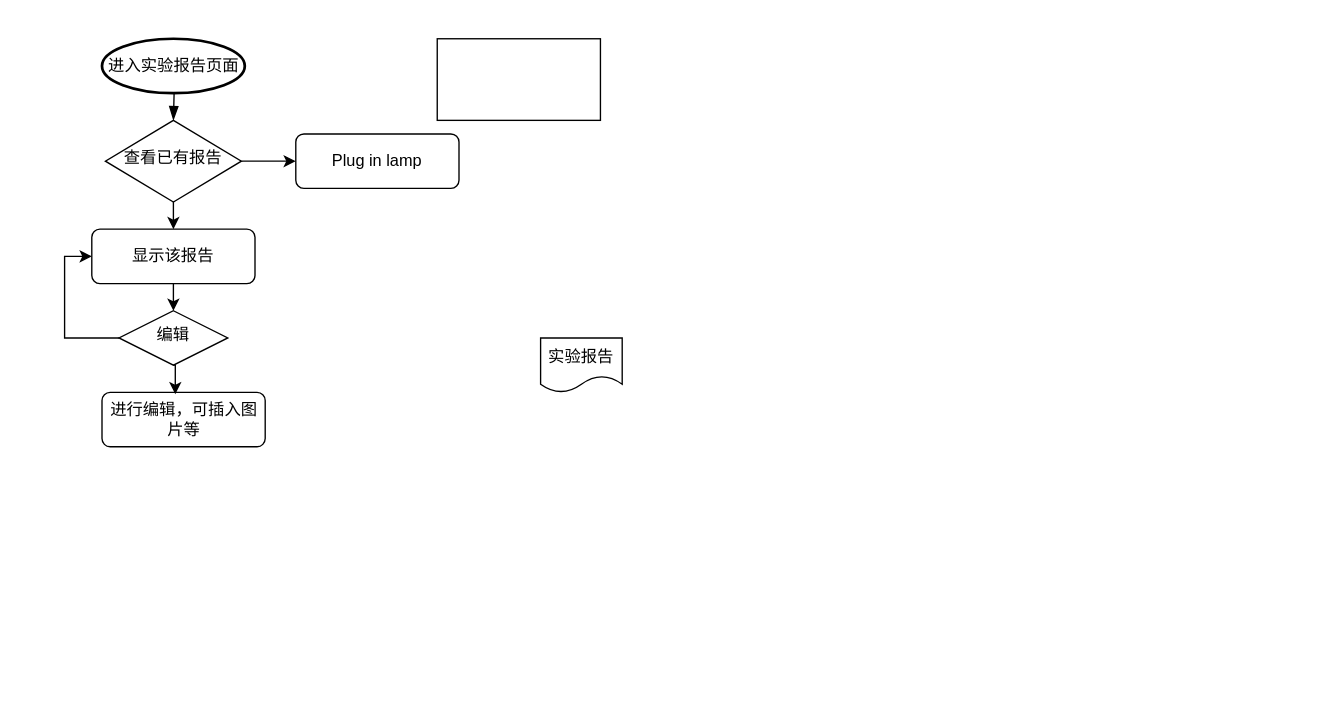
Above: draw/实验报告生成.drawio in White1943/sqlEduFB (draw.io), before the change. Source tidied: cells renumbered, new cells numbered last; positions are measured from the earlier drawing's top-left corner, leaving out a move shared by most shapes. Both pictures are drawn from the tidied source at 136%, with x=0, y=0 at pixel (91, 38).
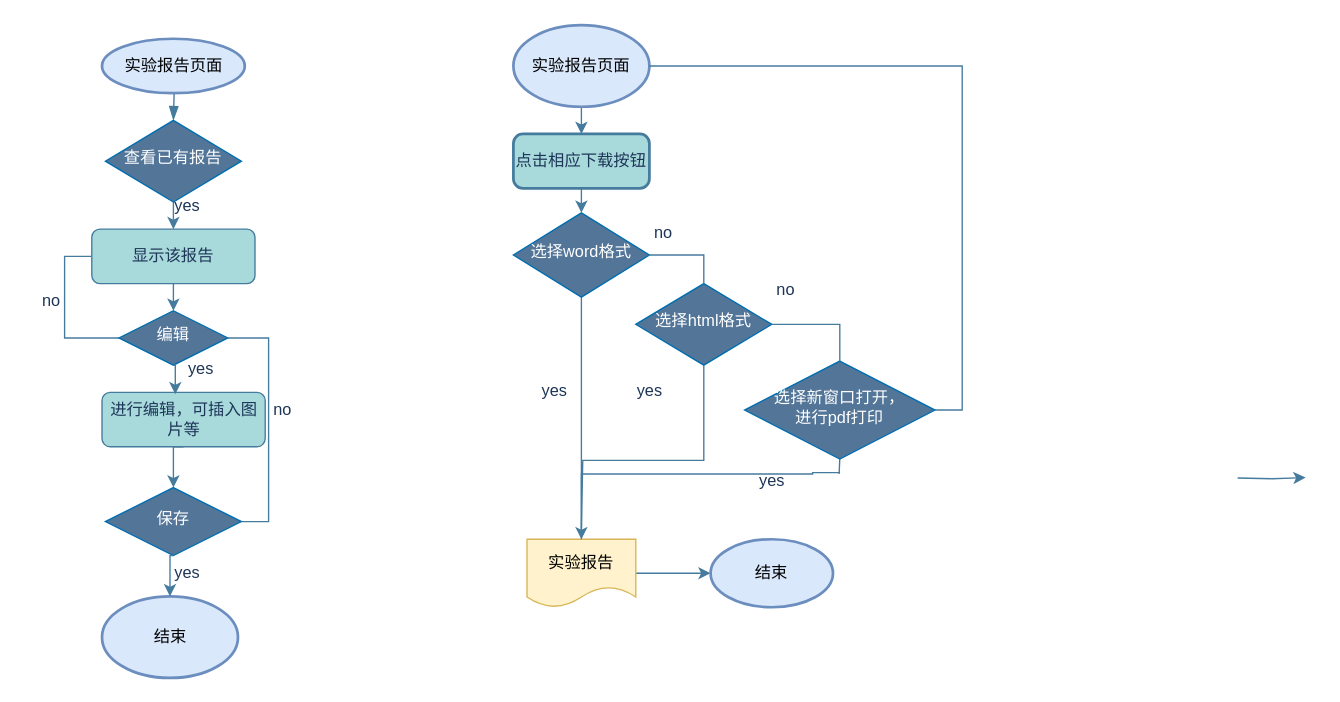
The same diagram, later.

Commit message:
更新实验报告生成.drawio

The edit, as a diff of the source:
```diff
@@
-    <mxCell id="2" style="rounded=0;html=1;jettySize=auto;fontSize=11;endArrow=blockThin;endFill=1;endSize=8;strokeWidth=1;shadow=0;labelBackgroundColor=none;edgeStyle=orthogonalEdgeStyle;" parent="1" edge="1" target="5">
+    <mxCell id="2" style="rounded=0;html=1;jettySize=auto;fontSize=11;endArrow=blockThin;endFill=1;endSize=8;strokeWidth=1;shadow=0;labelBackgroundColor=none;edgeStyle=orthogonalEdgeStyle;strokeColor=#457B9D;fontColor=default;" parent="1" edge="1" target="5">
       <mxGeometry relative="1" as="geometry">
         <mxPoint x="60" y="20" as="sourcePoint" />
       </mxGeometry>
     </mxCell>
-    <mxCell id="3" style="edgeStyle=orthogonalEdgeStyle;rounded=0;jettySize=auto;html=1;exitX=1;exitY=0.5;exitDx=0;exitDy=0;entryX=0;entryY=0.5;entryDx=0;entryDy=0;" parent="1" edge="1" source="5" target="6">
-      <mxGeometry relative="1" as="geometry" />
-    </mxCell>
-    <mxCell id="4" style="edgeStyle=orthogonalEdgeStyle;rounded=0;jettySize=auto;html=1;exitX=0.5;exitY=1;exitDx=0;exitDy=0;entryX=0.5;entryY=0;entryDx=0;entryDy=0;" parent="1" edge="1" source="5" target="11">
+    <mxCell id="4" style="edgeStyle=orthogonalEdgeStyle;rounded=0;jettySize=auto;html=1;exitX=0.5;exitY=1;exitDx=0;exitDy=0;entryX=0.5;entryY=0;entryDx=0;entryDy=0;labelBackgroundColor=none;strokeColor=#457B9D;fontColor=default;" parent="1" edge="1" source="5" target="11">
       <mxGeometry relative="1" as="geometry" />
     </mxCell>
-    <mxCell id="5" value="查看已有报告" style="rhombus;whiteSpace=wrap;html=1;shadow=0;fontFamily=Helvetica;fontSize=12;align=center;strokeWidth=1;spacing=6;spacingTop=-4;" parent="1" vertex="1">
+    <mxCell id="5" value="查看已有报告" style="rhombus;whiteSpace=wrap;html=1;shadow=0;fontFamily=Helvetica;fontSize=12;align=center;strokeWidth=1;spacing=6;spacingTop=-4;labelBackgroundColor=none;fillColor=light-dark(#527598, #2566a8);strokeColor=#006EAF;fontColor=#ffffff;verticalAlign=middle;" parent="1" vertex="1">
       <mxGeometry x="10" y="60" width="100" height="60" as="geometry" />
     </mxCell>
-    <mxCell id="6" value="Plug in lamp" style="rounded=1;whiteSpace=wrap;html=1;fontSize=12;glass=0;strokeWidth=1;shadow=0;" parent="1" vertex="1">
-      <mxGeometry x="150" y="70" width="120" height="40" as="geometry" />
-    </mxCell>
-    <mxCell id="7" style="edgeStyle=orthogonalEdgeStyle;rounded=0;jettySize=auto;html=1;exitX=0;exitY=0.5;exitDx=0;exitDy=0;entryX=0;entryY=0.5;entryDx=0;entryDy=0;" parent="1" edge="1" source="8" target="11">
+    <mxCell id="7" style="edgeStyle=orthogonalEdgeStyle;rounded=0;jettySize=auto;html=1;exitX=0;exitY=0.5;exitDx=0;exitDy=0;entryX=0;entryY=0.5;entryDx=0;entryDy=0;endArrow=none;startFill=0;labelBackgroundColor=none;strokeColor=#457B9D;fontColor=default;" parent="1" edge="1" source="8" target="11">
       <mxGeometry relative="1" as="geometry" />
     </mxCell>
-    <mxCell id="8" value="编辑" style="rhombus;whiteSpace=wrap;html=1;shadow=0;fontFamily=Helvetica;fontSize=12;align=center;strokeWidth=1;spacing=6;spacingTop=-4;" parent="1" vertex="1">
+    <mxCell id="8" value="编辑" style="rhombus;whiteSpace=wrap;html=1;shadow=0;fontFamily=Helvetica;fontSize=12;align=center;strokeWidth=1;spacing=6;spacingTop=-4;labelBackgroundColor=none;fillColor=light-dark(#527598, #2566a8);strokeColor=#006EAF;fontColor=#ffffff;verticalAlign=middle;" parent="1" vertex="1">
       <mxGeometry x="20" y="200" width="80" height="40" as="geometry" />
     </mxCell>
+    <mxCell id="16" style="edgeStyle=orthogonalEdgeStyle;rounded=0;jettySize=auto;html=1;exitX=0.5;exitY=1;exitDx=0;exitDy=0;labelBackgroundColor=none;strokeColor=#457B9D;fontColor=default;" parent="1" edge="1" source="9">
+      <mxGeometry relative="1" as="geometry">
+        <mxPoint x="60" y="330" as="targetPoint" />
+      </mxGeometry>
+    </mxCell>
-    <mxCell id="9" value="进行编辑，可插入图片等" style="rounded=1;whiteSpace=wrap;html=1;fontSize=12;glass=0;strokeWidth=1;shadow=0;" parent="1" vertex="1">
+    <mxCell id="9" value="进行编辑，可插入图片等" style="rounded=1;whiteSpace=wrap;html=1;fontSize=12;glass=0;strokeWidth=1;shadow=0;labelBackgroundColor=none;fillColor=#A8DADC;strokeColor=#457B9D;fontColor=#1D3557;" parent="1" vertex="1">
       <mxGeometry x="7.5" y="260" width="120" height="40" as="geometry" />
     </mxCell>
-    <mxCell id="10" style="edgeStyle=orthogonalEdgeStyle;rounded=0;jettySize=auto;html=1;exitX=0.5;exitY=1;exitDx=0;exitDy=0;entryX=0.5;entryY=0;entryDx=0;entryDy=0;" parent="1" edge="1" source="11" target="8">
+    <mxCell id="10" style="edgeStyle=orthogonalEdgeStyle;rounded=0;jettySize=auto;html=1;exitX=0.5;exitY=1;exitDx=0;exitDy=0;entryX=0.5;entryY=0;entryDx=0;entryDy=0;labelBackgroundColor=none;strokeColor=#457B9D;fontColor=default;" parent="1" edge="1" source="11" target="8">
       <mxGeometry relative="1" as="geometry" />
     </mxCell>
-    <mxCell id="11" value="显示该报告" style="rounded=1;whiteSpace=wrap;html=1;fontSize=12;glass=0;strokeWidth=1;shadow=0;" parent="1" vertex="1">
+    <mxCell id="11" value="显示该报告" style="rounded=1;whiteSpace=wrap;html=1;fontSize=12;glass=0;strokeWidth=1;shadow=0;labelBackgroundColor=none;fillColor=#A8DADC;strokeColor=#457B9D;fontColor=#1D3557;" parent="1" vertex="1">
       <mxGeometry y="140" width="120" height="40" as="geometry" />
     </mxCell>
+    <mxCell id="17" style="edgeStyle=orthogonalEdgeStyle;rounded=0;jettySize=auto;html=1;exitX=1;exitY=0.5;exitDx=0;exitDy=0;strokeColor=#457B9D;fontColor=#1D3557;fillColor=#A8DADC;" parent="1" edge="1" source="12" target="46">
+      <mxGeometry relative="1" as="geometry" />
+    </mxCell>
-    <mxCell id="12" value="实验报告" style="shape=document;whiteSpace=wrap;html=1;boundedLbl=1;" parent="1" vertex="1">
-      <mxGeometry x="330" y="220" width="60" height="40" as="geometry" />
+    <mxCell id="12" value="实验报告" style="shape=document;whiteSpace=wrap;html=1;boundedLbl=1;labelBackgroundColor=none;fillColor=#fff2cc;strokeColor=#d6b656;" parent="1" vertex="1">
+      <mxGeometry x="320" y="368" width="80" height="50" as="geometry" />
     </mxCell>
-    <mxCell id="13" style="rounded=0;whiteSpace=wrap;html=1;" parent="1" vertex="1">
-      <mxGeometry x="254" width="120" height="60" as="geometry" />
-    </mxCell>
-    <mxCell id="14" value="进入实验报告页面" style="strokeWidth=2;html=1;shape=mxgraph.flowchart.start_2;whiteSpace=wrap;" parent="1" vertex="1">
+    <mxCell id="14" value="实验报告页面" style="strokeWidth=2;html=1;shape=mxgraph.flowchart.start_2;whiteSpace=wrap;labelBackgroundColor=none;fillColor=#dae8fc;strokeColor=#6c8ebf;" parent="1" vertex="1">
       <mxGeometry x="7.5" width="105" height="40" as="geometry" />
     </mxCell>
-    <mxCell id="15" style="edgeStyle=orthogonalEdgeStyle;rounded=0;jettySize=auto;html=1;exitX=0.5;exitY=1;exitDx=0;exitDy=0;entryX=0.449;entryY=0.034;entryDx=0;entryDy=0;entryPerimeter=0;" parent="1" edge="1" source="8" target="9">
+    <mxCell id="15" style="edgeStyle=orthogonalEdgeStyle;rounded=0;jettySize=auto;html=1;exitX=0.5;exitY=1;exitDx=0;exitDy=0;entryX=0.449;entryY=0.034;entryDx=0;entryDy=0;entryPerimeter=0;labelBackgroundColor=none;strokeColor=#457B9D;fontColor=default;" parent="1" edge="1" source="8" target="9">
       <mxGeometry relative="1" as="geometry" />
     </mxCell>
+    <mxCell id="18" value="yes" style="text;html=1;align=center;verticalAlign=middle;strokeColor=none;fillColor=none;labelBackgroundColor=none;fontColor=#1D3557;" parent="1" vertex="1">
+      <mxGeometry x="60" y="228" width="40" height="30" as="geometry" />
+    </mxCell>
+    <mxCell id="19" value="no" style="text;html=1;align=center;verticalAlign=middle;strokeColor=none;fillColor=none;labelBackgroundColor=none;fontColor=#1D3557;" parent="1" vertex="1">
+      <mxGeometry x="-50" y="178" width="40" height="30" as="geometry" />
+    </mxCell>
+    <mxCell id="20" value="yes" style="text;html=1;align=center;verticalAlign=middle;strokeColor=none;fillColor=none;labelBackgroundColor=none;fontColor=#1D3557;" parent="1" vertex="1">
+      <mxGeometry x="50" y="108" width="40" height="30" as="geometry" />
+    </mxCell>
+    <mxCell id="21" style="edgeStyle=orthogonalEdgeStyle;rounded=0;jettySize=auto;html=1;exitX=1;exitY=0.5;exitDx=0;exitDy=0;exitPerimeter=0;entryX=1;entryY=0.5;entryDx=0;entryDy=0;labelBackgroundColor=none;strokeColor=#457B9D;fontColor=default;endArrow=none;startFill=0;" parent="1" edge="1" source="22" target="8">
+      <mxGeometry relative="1" as="geometry" />
+    </mxCell>
+    <mxCell id="22" value="保存" style="strokeWidth=1;html=1;shape=mxgraph.flowchart.decision;whiteSpace=wrap;labelBackgroundColor=none;fillColor=light-dark(#527598, #2566a8);strokeColor=#006EAF;fontColor=#ffffff;align=center;verticalAlign=middle;fontFamily=Helvetica;fontSize=12;shadow=0;spacingTop=-4;spacing=6;" parent="1" vertex="1">
+      <mxGeometry x="10" y="330" width="100" height="50" as="geometry" />
+    </mxCell>
+    <mxCell id="23" value="结束" style="strokeWidth=2;html=1;shape=mxgraph.flowchart.start_1;whiteSpace=wrap;labelBackgroundColor=none;fillColor=#dae8fc;strokeColor=#6c8ebf;" parent="1" vertex="1">
+      <mxGeometry x="7.5" y="410" width="100" height="60" as="geometry" />
+    </mxCell>
+    <mxCell id="24" style="edgeStyle=orthogonalEdgeStyle;rounded=0;jettySize=auto;html=1;exitX=0.5;exitY=1;exitDx=0;exitDy=0;exitPerimeter=0;entryX=0.5;entryY=0;entryDx=0;entryDy=0;entryPerimeter=0;labelBackgroundColor=none;strokeColor=#457B9D;fontColor=default;" parent="1" edge="1" source="22" target="23">
+      <mxGeometry relative="1" as="geometry" />
+    </mxCell>
+    <mxCell id="25" value="no" style="text;html=1;align=center;verticalAlign=middle;strokeColor=none;fillColor=none;labelBackgroundColor=none;fontColor=#1D3557;" parent="1" vertex="1">
+      <mxGeometry x="120" y="258" width="40" height="30" as="geometry" />
+    </mxCell>
+    <mxCell id="26" value="yes" style="text;html=1;align=center;verticalAlign=middle;strokeColor=none;fillColor=none;labelBackgroundColor=none;fontColor=#1D3557;" parent="1" vertex="1">
+      <mxGeometry x="50" y="378" width="40" height="30" as="geometry" />
+    </mxCell>
+    <mxCell id="27" style="edgeStyle=orthogonalEdgeStyle;rounded=0;jettySize=auto;html=1;exitX=0.5;exitY=1;exitDx=0;exitDy=0;exitPerimeter=0;entryX=0.5;entryY=0;entryDx=0;entryDy=0;labelBackgroundColor=none;strokeColor=#457B9D;fontColor=default;" parent="1" edge="1" source="28" target="29">
+      <mxGeometry relative="1" as="geometry" />
+    </mxCell>
+    <mxCell id="28" value="实验报告页面" style="strokeWidth=2;html=1;shape=mxgraph.flowchart.start_1;whiteSpace=wrap;labelBackgroundColor=none;fillColor=#dae8fc;strokeColor=#6c8ebf;" parent="1" vertex="1">
+      <mxGeometry x="310" y="-10" width="100" height="60" as="geometry" />
+    </mxCell>
+    <mxCell id="29" value="点击相应下载按钮" style="rounded=1;whiteSpace=wrap;html=1;absoluteArcSize=1;arcSize=14;strokeWidth=2;labelBackgroundColor=none;fillColor=#A8DADC;strokeColor=#457B9D;fontColor=#1D3557;" parent="1" vertex="1">
+      <mxGeometry x="310" y="70" width="100" height="40" as="geometry" />
+    </mxCell>
+    <mxCell id="30" style="edgeStyle=orthogonalEdgeStyle;rounded=0;jettySize=auto;html=1;exitX=0.5;exitY=1;exitDx=0;exitDy=0;exitPerimeter=0;endArrow=none;startFill=0;labelBackgroundColor=none;strokeColor=#457B9D;fontColor=default;" parent="1" edge="1" source="31" target="12">
+      <mxGeometry relative="1" as="geometry" />
+    </mxCell>
+    <mxCell id="31" value="选择word格式" style="strokeWidth=1;html=1;shape=mxgraph.flowchart.decision;whiteSpace=wrap;labelBackgroundColor=none;fillColor=light-dark(#527598, #2566a8);strokeColor=#006EAF;fontColor=#ffffff;shadow=0;align=center;verticalAlign=middle;spacingTop=-4;spacing=6;fontFamily=Helvetica;fontSize=12;" parent="1" vertex="1">
+      <mxGeometry x="310" y="128" width="100" height="62" as="geometry" />
+    </mxCell>
+    <mxCell id="32" style="edgeStyle=orthogonalEdgeStyle;rounded=0;jettySize=auto;html=1;exitX=0.5;exitY=1;exitDx=0;exitDy=0;exitPerimeter=0;endArrow=none;startFill=0;labelBackgroundColor=none;strokeColor=#457B9D;fontColor=default;" parent="1" edge="1" source="33">
+      <mxGeometry relative="1" as="geometry">
+        <mxPoint x="360" y="360" as="targetPoint" />
+        <Array as="points">
+          <mxPoint x="450" y="310" />
+          <mxPoint x="361" y="310" />
+        </Array>
+      </mxGeometry>
+    </mxCell>
+    <mxCell id="33" value="选择html格式" style="strokeWidth=1;html=1;shape=mxgraph.flowchart.decision;whiteSpace=wrap;labelBackgroundColor=none;fillColor=light-dark(#527598, #2566a8);strokeColor=#006EAF;fontColor=#ffffff;shadow=0;align=center;verticalAlign=middle;spacingTop=-4;spacing=6;fontFamily=Helvetica;fontSize=12;" parent="1" vertex="1">
+      <mxGeometry x="400" y="180" width="100" height="60" as="geometry" />
+    </mxCell>
+    <mxCell id="34" style="edgeStyle=orthogonalEdgeStyle;rounded=0;jettySize=auto;html=1;exitX=0.5;exitY=1;exitDx=0;exitDy=0;exitPerimeter=0;endArrow=classic;startFill=0;labelBackgroundColor=none;strokeColor=#457B9D;fontColor=default;entryX=0.5;entryY=0;entryDx=0;entryDy=0;endFill=1;align=center;verticalAlign=middle;fontFamily=Helvetica;fontSize=11;" parent="1" edge="1" target="12">
+      <mxGeometry relative="1" as="geometry">
+        <mxPoint x="550" y="319" as="sourcePoint" />
+        <Array as="points">
+          <mxPoint x="530" y="320" />
+          <mxPoint x="360" y="320" />
+        </Array>
+      </mxGeometry>
+    </mxCell>
+    <mxCell id="35" style="edgeStyle=orthogonalEdgeStyle;rounded=0;jettySize=auto;html=1;exitX=0.5;exitY=1;exitDx=0;exitDy=0;exitPerimeter=0;strokeColor=#457B9D;fontColor=#1D3557;fillColor=#A8DADC;endArrow=none;startFill=0;" parent="1" edge="1" source="36">
+      <mxGeometry relative="1" as="geometry">
+        <mxPoint x="549.5" y="320" as="targetPoint" />
+      </mxGeometry>
+    </mxCell>
+    <mxCell id="36" value="选择新窗口打开，&lt;div&gt;进行pdf打印&lt;/div&gt;" style="strokeWidth=1;html=1;shape=mxgraph.flowchart.decision;whiteSpace=wrap;labelBackgroundColor=none;fillColor=light-dark(#527598, #2566a8);strokeColor=#006EAF;fontColor=#ffffff;shadow=0;align=center;verticalAlign=middle;spacingTop=-4;spacing=6;fontFamily=Helvetica;fontSize=12;" parent="1" vertex="1">
+      <mxGeometry x="480" y="237" width="140" height="72" as="geometry" />
+    </mxCell>
+    <mxCell id="37" style="edgeStyle=orthogonalEdgeStyle;rounded=0;jettySize=auto;html=1;exitX=0.5;exitY=1;exitDx=0;exitDy=0;entryX=0.5;entryY=0;entryDx=0;entryDy=0;entryPerimeter=0;labelBackgroundColor=none;strokeColor=#457B9D;fontColor=default;" parent="1" edge="1" source="29" target="31">
+      <mxGeometry relative="1" as="geometry" />
+    </mxCell>
+    <mxCell id="38" style="edgeStyle=orthogonalEdgeStyle;rounded=0;jettySize=auto;html=1;exitX=1;exitY=0.5;exitDx=0;exitDy=0;exitPerimeter=0;entryX=0.5;entryY=0;entryDx=0;entryDy=0;entryPerimeter=0;labelBackgroundColor=none;strokeColor=#457B9D;fontColor=default;endArrow=none;startFill=0;" parent="1" edge="1" source="31" target="33">
+      <mxGeometry relative="1" as="geometry" />
+    </mxCell>
+    <mxCell id="39" style="edgeStyle=orthogonalEdgeStyle;rounded=0;jettySize=auto;html=1;exitX=1;exitY=0.5;exitDx=0;exitDy=0;exitPerimeter=0;entryX=1;entryY=0.5;entryDx=0;entryDy=0;entryPerimeter=0;endArrow=none;startFill=0;labelBackgroundColor=none;strokeColor=#457B9D;fontColor=default;fillColor=light-dark(#527598, #2566a8);" parent="1" edge="1" source="36" target="28">
+      <mxGeometry relative="1" as="geometry" />
+    </mxCell>
+    <mxCell id="40" value="no" style="text;html=1;align=center;verticalAlign=middle;strokeColor=none;fillColor=none;labelBackgroundColor=none;fontColor=#1D3557;" parent="1" vertex="1">
+      <mxGeometry x="400" y="128" width="40" height="30" as="geometry" />
+    </mxCell>
+    <mxCell id="41" value="no" style="text;html=1;align=center;verticalAlign=middle;strokeColor=none;fillColor=none;labelBackgroundColor=none;fontColor=#1D3557;" parent="1" vertex="1">
+      <mxGeometry x="490" y="170" width="40" height="30" as="geometry" />
+    </mxCell>
+    <mxCell id="42" value="yes" style="text;html=1;align=center;verticalAlign=middle;strokeColor=none;fillColor=none;labelBackgroundColor=none;fontColor=#1D3557;" parent="1" vertex="1">
+      <mxGeometry x="320" y="244" width="40" height="30" as="geometry" />
+    </mxCell>
+    <mxCell id="43" value="yes" style="text;html=1;align=center;verticalAlign=middle;strokeColor=none;fillColor=none;labelBackgroundColor=none;fontColor=#1D3557;" parent="1" vertex="1">
+      <mxGeometry x="390" y="244" width="40" height="30" as="geometry" />
+    </mxCell>
+    <mxCell id="44" value="yes" style="text;html=1;align=center;verticalAlign=middle;strokeColor=none;fillColor=none;labelBackgroundColor=none;fontColor=#1D3557;" parent="1" vertex="1">
+      <mxGeometry x="480" y="310" width="40" height="30" as="geometry" />
+    </mxCell>
+    <mxCell id="45" style="edgeStyle=orthogonalEdgeStyle;rounded=0;orthogonalLoop=1;jettySize=auto;html=1;exitX=1;exitY=0.5;exitDx=0;exitDy=0;labelBackgroundColor=none;strokeColor=#457B9D;fontColor=default;" parent="1" edge="1">
+      <mxGeometry relative="1" as="geometry">
+        <mxPoint x="842.5" y="323" as="sourcePoint" />
+        <mxPoint x="892.5" y="322.6" as="targetPoint" />
+      </mxGeometry>
+    </mxCell>
+    <mxCell id="46" value="结束" style="strokeWidth=2;html=1;shape=mxgraph.flowchart.start_1;whiteSpace=wrap;labelBackgroundColor=none;fillColor=#dae8fc;strokeColor=#6c8ebf;" parent="1" vertex="1">
+      <mxGeometry x="455" y="368" width="90" height="50" as="geometry" />
+    </mxCell>
+    <mxCell id="47" style="edgeStyle=orthogonalEdgeStyle;rounded=0;jettySize=auto;html=1;exitX=1;exitY=0.5;exitDx=0;exitDy=0;exitPerimeter=0;entryX=0.5;entryY=0;entryDx=0;entryDy=0;entryPerimeter=0;strokeColor=#457B9D;fontColor=#1D3557;fillColor=#A8DADC;endArrow=none;startFill=0;" parent="1" edge="1" source="33" target="36">
+      <mxGeometry relative="1" as="geometry" />
+    </mxCell>
```
